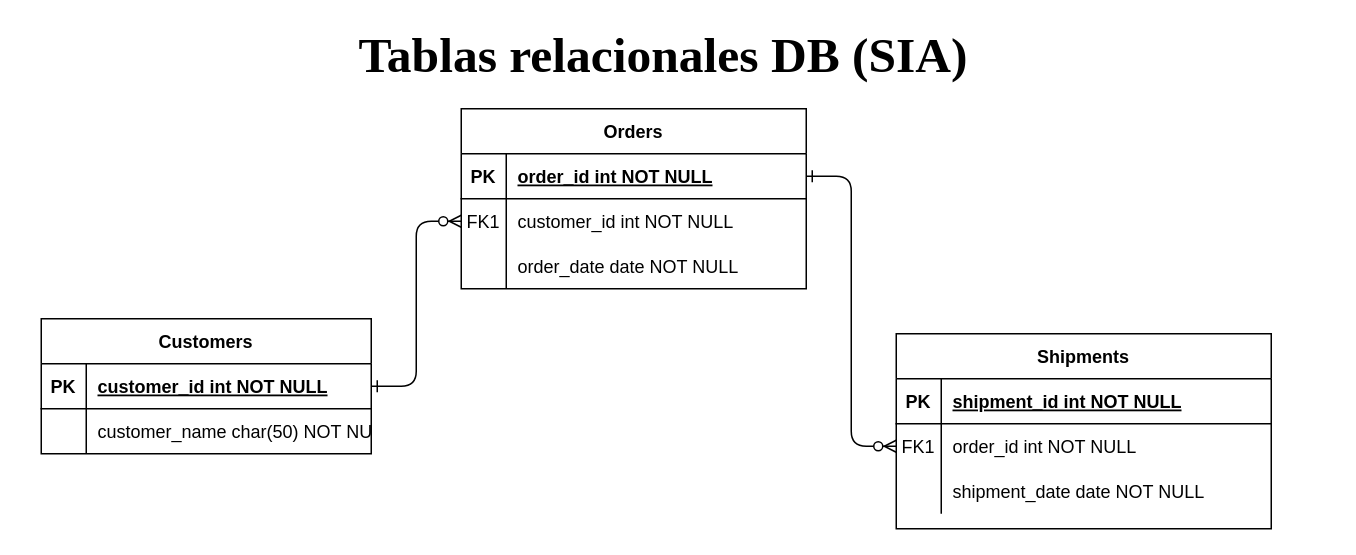
Andreszxc2001/Sistema-Integral-de-Asistencias-SIA- keeps this draw.io diagram as digramas/Diagrama sin título.drawio. Above is the earlier version. Source tidied: cells renumbered, new cells numbered last; positions are measured from the earlier drawing's top-left corner, leaving out a move shared by most shapes. Both pictures are drawn from the tidied source at 150%, with x=0, y=0 at pixel (26, 33).
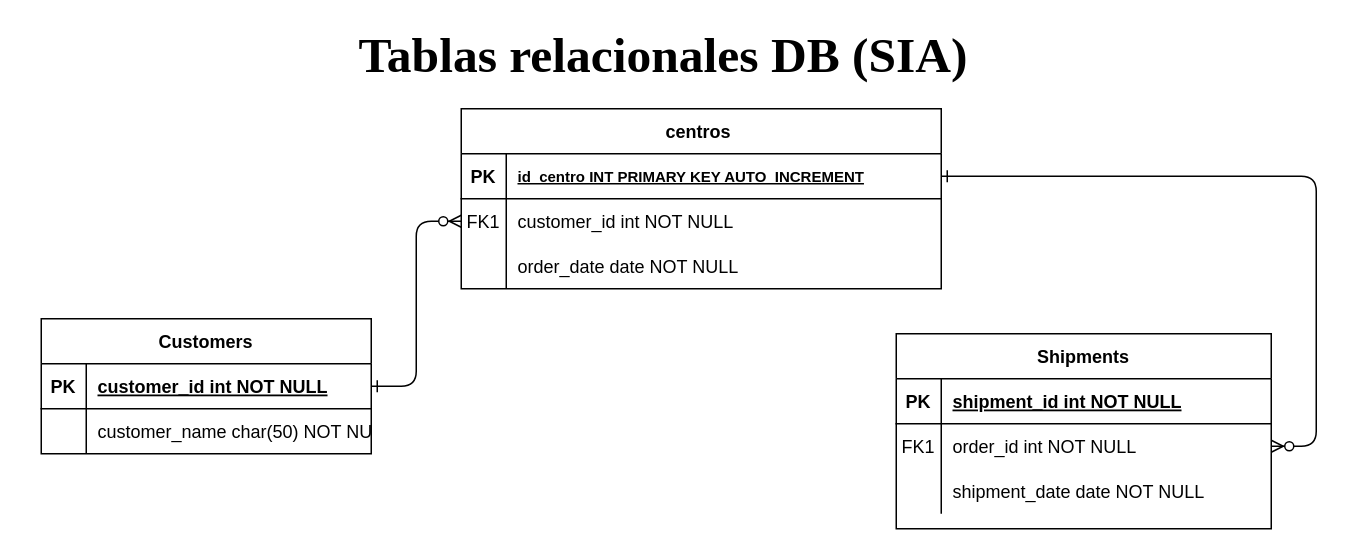
After the change.

Diff of the diagram source:
```diff
@@
-    <mxCell id="4" value="Orders" style="shape=table;startSize=30;childLayout=tableLayout;rowLines=0;fontStyle=1;align=center;" parent="1" vertex="1">
-      <mxGeometry x="290" y="50" width="230" height="120" as="geometry" />
+    <mxCell id="4" value="centros " style="shape=table;startSize=30;childLayout=tableLayout;rowLines=0;fontStyle=1;align=center;" parent="1" vertex="1">
+      <mxGeometry x="290" y="50" width="320" height="120" as="geometry" />
     </mxCell>
     <mxCell id="5" style="shape=partialRectangle;fillColor=none;points=[[0,0.5],[1,0.5]];portConstraint=eastwest;top=0;left=0;right=0;bottom=1;" parent="4" vertex="1">
-      <mxGeometry y="30" width="230" height="30" as="geometry" />
+      <mxGeometry y="30" width="320" height="30" as="geometry" />
     </mxCell>
@@
-    <mxCell id="7" value="order_id int NOT NULL " style="shape=partialRectangle;overflow=hidden;fillColor=none;top=0;left=0;bottom=0;right=0;align=left;spacingLeft=6;fontStyle=5;" parent="5" vertex="1">
-      <mxGeometry x="30" width="200" height="30" as="geometry" />
+    <mxCell id="7" value="id_centro INT PRIMARY KEY AUTO_INCREMENT" style="shape=partialRectangle;overflow=hidden;fillColor=none;top=0;left=0;bottom=0;right=0;align=left;spacingLeft=6;fontStyle=5;fontSize=10;" parent="5" vertex="1">
+      <mxGeometry x="30" width="290" height="30" as="geometry" />
     </mxCell>
     <mxCell id="8" style="shape=partialRectangle;fillColor=none;points=[[0,0.5],[1,0.5]];portConstraint=eastwest;top=0;left=0;right=0;bottom=0;" parent="4" vertex="1">
-      <mxGeometry y="60" width="230" height="30" as="geometry" />
+      <mxGeometry y="60" width="320" height="30" as="geometry" />
     </mxCell>
@@
     <mxCell id="10" value="customer_id int NOT NULL" style="shape=partialRectangle;overflow=hidden;fillColor=none;top=0;left=0;bottom=0;right=0;align=left;spacingLeft=6;" parent="8" vertex="1">
-      <mxGeometry x="30" width="200" height="30" as="geometry" />
+      <mxGeometry x="30" width="290" height="30" as="geometry" />
     </mxCell>
     <mxCell id="11" style="shape=partialRectangle;fillColor=none;top=0;left=0;right=0;bottom=0;" parent="4" vertex="1">
-      <mxGeometry y="90" width="230" height="30" as="geometry" />
+      <mxGeometry y="90" width="320" height="30" as="geometry" />
     </mxCell>
@@
     <mxCell id="13" value="order_date date NOT NULL" style="shape=partialRectangle;overflow=hidden;fillColor=none;top=0;left=0;bottom=0;right=0;align=left;spacingLeft=6;" parent="11" vertex="1">
-      <mxGeometry x="30" width="200" height="30" as="geometry" />
+      <mxGeometry x="30" width="290" height="30" as="geometry" />
     </mxCell>
```
